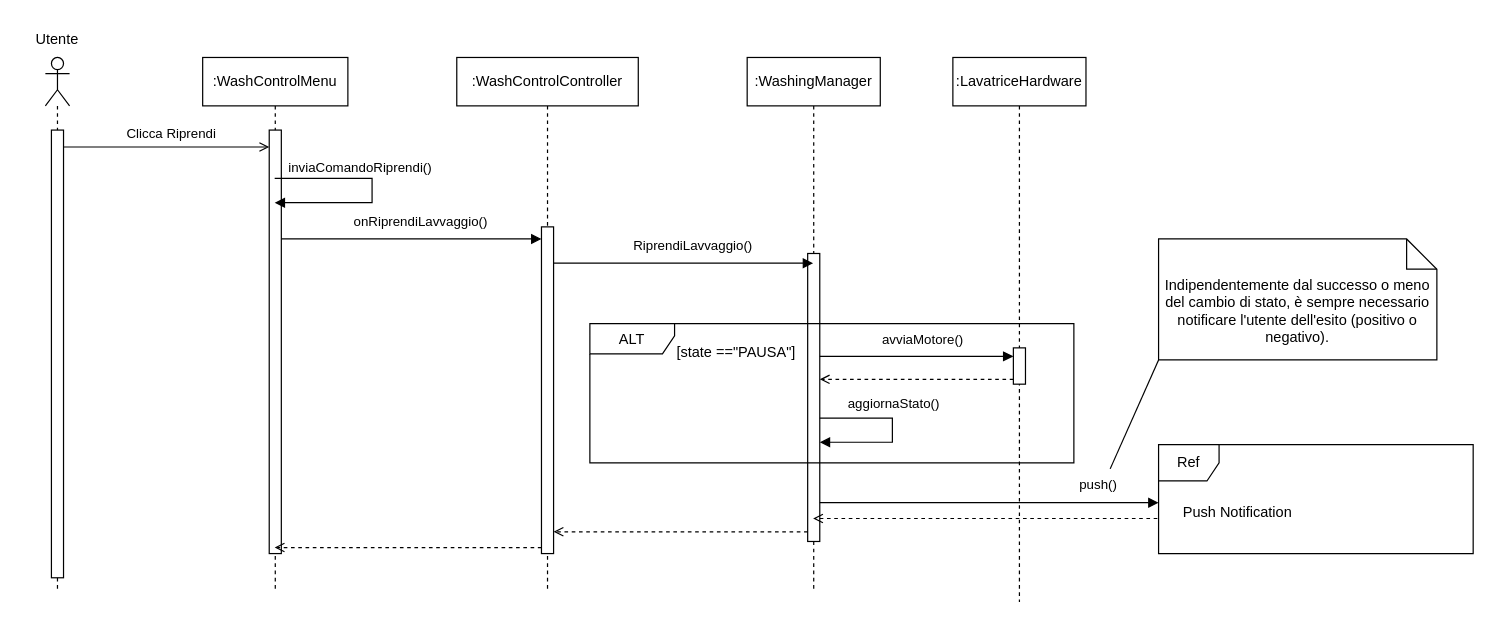
This is content/seq/seqRiprendiLav.drawio from uni-aca100/ing-proj, a draw.io file, before an edit. Source tidied: cells renumbered, new cells numbered last; positions are measured from the earlier drawing's top-left corner, leaving out a move shared by most shapes. Both pictures are drawn from the tidied source at 121%, with x=0, y=0 at pixel (21, 21).
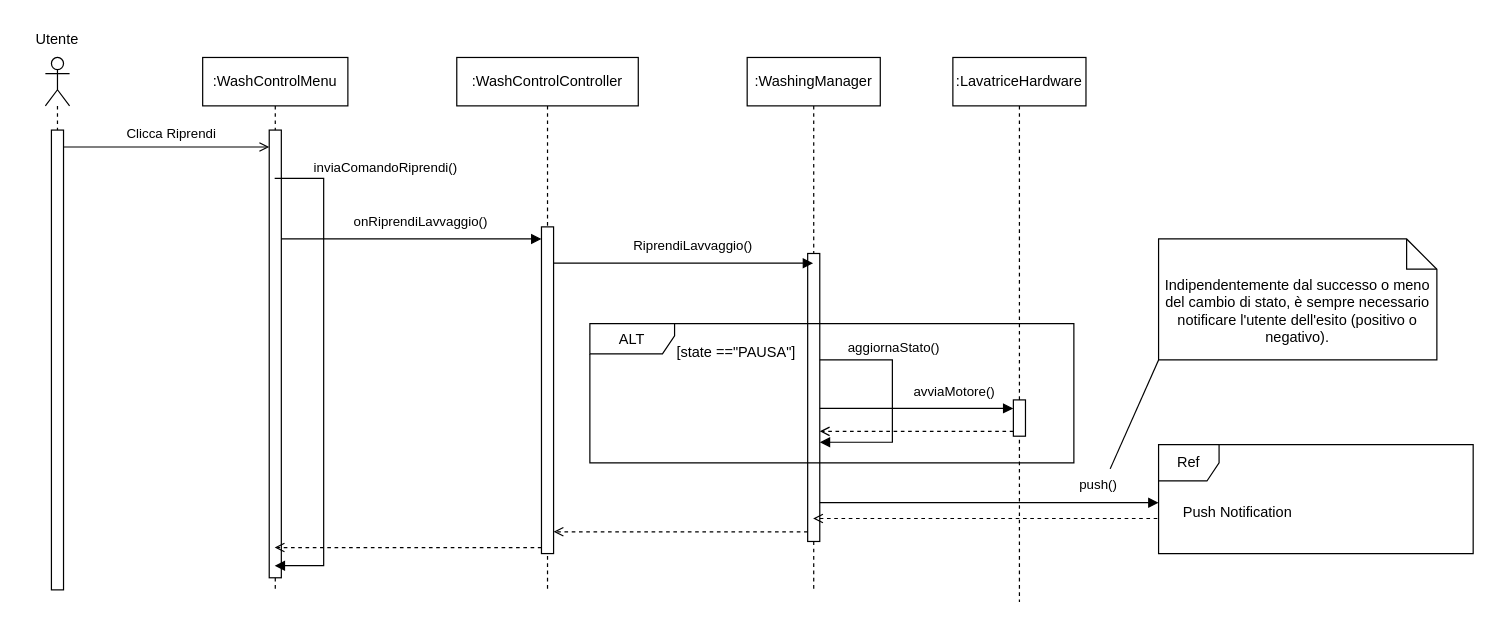
After the change.

The change refers to these unchanged cells:
```xml
<mxCell id="4" value=":WashingManager" style="shape=umlLifeline;perimeter=lifelinePerimeter;whiteSpace=wrap;html=1;outlineConnect=0;portConstraint=eastwest;newEdgeStyle={&quot;curved&quot;:0,&quot;rounded&quot;:0};" parent="1" vertex="1">
  <mxGeometry x="600" y="30" width="110" height="440" as="geometry" />
</mxCell>
<mxCell id="8" value=":WashControlMenu" style="shape=umlLifeline;perimeter=lifelinePerimeter;whiteSpace=wrap;html=1;outlineConnect=0;portConstraint=eastwest;newEdgeStyle={&quot;curved&quot;:0,&quot;rounded&quot;:0};" parent="1" vertex="1">
  <mxGeometry x="150" y="30" width="120" height="440" as="geometry" />
</mxCell>
<mxCell id="10" style="shape=umlLifeline;perimeter=lifelinePerimeter;whiteSpace=wrap;html=1;newEdgeStyle={&quot;curved&quot;:0,&quot;rounded&quot;:0};participant=umlActor;" parent="1" vertex="1">
  <mxGeometry x="20" y="30" width="20" height="440" as="geometry" />
</mxCell>
<mxCell id="25" value=":LavatriceHardware" style="shape=umlLifeline;perimeter=lifelinePerimeter;whiteSpace=wrap;html=1;newEdgeStyle={&quot;curved&quot;:0,&quot;rounded&quot;:0};" parent="1" vertex="1">
  <mxGeometry x="770" y="30" width="110" height="450" as="geometry" />
</mxCell>
```

What changed in the source:
```diff
@@
     <mxCell id="6" style="html=1;verticalAlign=bottom;labelBackgroundColor=none;endArrow=block;endFill=1;rounded=0;" parent="4" edge="1">
       <mxGeometry relative="1" as="geometry">
-        <mxPoint x="60" y="298" as="sourcePoint" />
+        <mxPoint x="60" y="250" as="sourcePoint" />
         <mxPoint x="60" y="318" as="targetPoint" />
         <Array as="points">
-          <mxPoint x="120" y="298" />
+          <mxPoint x="120" y="250" />
           <mxPoint x="120" y="318" />
         </Array>
       </mxGeometry>
     </mxCell>
     <mxCell id="7" value="aggiornaStato()" style="edgeLabel;html=1;align=center;verticalAlign=middle;" parent="6" vertex="1">
       <mxGeometry x="0.11" relative="1" as="geometry">
-        <mxPoint y="-31" as="offset" />
+        <mxPoint y="-55" as="offset" />
       </mxGeometry>
     </mxCell>
@@
     <mxCell id="9" style="html=1;perimeter=orthogonalPerimeter;targetShapes=umlLifeline;newEdgeStyle={&quot;curved&quot;:0,&quot;rounded&quot;:0};" parent="8" vertex="1">
-      <mxGeometry x="55" y="60" width="10" height="350" as="geometry" />
+      <mxGeometry x="55" y="60" width="10" height="370" as="geometry" />
     </mxCell>
@@
     <mxCell id="11" style="html=1;perimeter=orthogonalPerimeter;targetShapes=umlLifeline;newEdgeStyle={&quot;curved&quot;:0,&quot;rounded&quot;:0};" parent="10" vertex="1">
-      <mxGeometry x="5" y="60" width="10" height="370" as="geometry" />
+      <mxGeometry x="5" y="60" width="10" height="380" as="geometry" />
     </mxCell>
@@
-    <mxCell id="16" style="html=1;verticalAlign=bottom;labelBackgroundColor=none;endArrow=block;endFill=1;rounded=0;" parent="1" edge="1">
+    <mxCell id="16" style="html=1;verticalAlign=bottom;labelBackgroundColor=none;endArrow=block;endFill=1;rounded=0;" parent="1" edge="1" target="8">
       <mxGeometry relative="1" as="geometry">
         <mxPoint x="209.5" y="130" as="sourcePoint" />
-        <mxPoint x="209.5" y="150" as="targetPoint" />
         <Array as="points">
-          <mxPoint x="290" y="130" />
-          <mxPoint x="290" y="150" />
+          <mxPoint x="250" y="130" />
+          <mxPoint x="250" y="450" />
         </Array>
       </mxGeometry>
     </mxCell>
     <mxCell id="17" value="inviaComandoRiprendi()" style="edgeLabel;html=1;align=center;verticalAlign=middle;" parent="16" vertex="1">
       <mxGeometry x="-0.52" y="1" relative="1" as="geometry">
-        <mxPoint x="27" y="-9" as="offset" />
+        <mxPoint x="49" y="-65" as="offset" />
       </mxGeometry>
     </mxCell>
@@
     <mxCell id="26" style="html=1;perimeter=orthogonalPerimeter;targetShapes=umlLifeline;newEdgeStyle={&quot;curved&quot;:0,&quot;rounded&quot;:0};" parent="25" vertex="1">
-      <mxGeometry x="50" y="240" width="10" height="30" as="geometry" />
+      <mxGeometry x="50" y="283" width="10" height="30" as="geometry" />
     </mxCell>
     <mxCell id="27" style="html=1;verticalAlign=bottom;labelBackgroundColor=none;endArrow=block;endFill=1;rounded=0;" parent="1" edge="1">
       <mxGeometry relative="1" as="geometry">
-        <mxPoint x="660" y="277" as="sourcePoint" />
-        <mxPoint x="820" y="277" as="targetPoint" />
+        <mxPoint x="660" y="320" as="sourcePoint" />
+        <mxPoint x="820" y="320" as="targetPoint" />
       </mxGeometry>
     </mxCell>
     <mxCell id="28" value="avviaMotore()" style="edgeLabel;html=1;align=center;verticalAlign=middle;" parent="27" vertex="1">
       <mxGeometry x="0.11" relative="1" as="geometry">
-        <mxPoint x="-5" y="-15" as="offset" />
+        <mxPoint x="21" y="-15" as="offset" />
       </mxGeometry>
     </mxCell>
     <mxCell id="29" style="html=1;verticalAlign=bottom;labelBackgroundColor=none;endArrow=open;endFill=0;dashed=1;rounded=0;" parent="1" edge="1">
       <mxGeometry relative="1" as="geometry">
-        <mxPoint x="820" y="296" as="sourcePoint" />
-        <mxPoint x="660" y="296" as="targetPoint" />
+        <mxPoint x="820" y="339" as="sourcePoint" />
+        <mxPoint x="660" y="339" as="targetPoint" />
       </mxGeometry>
     </mxCell>
```
